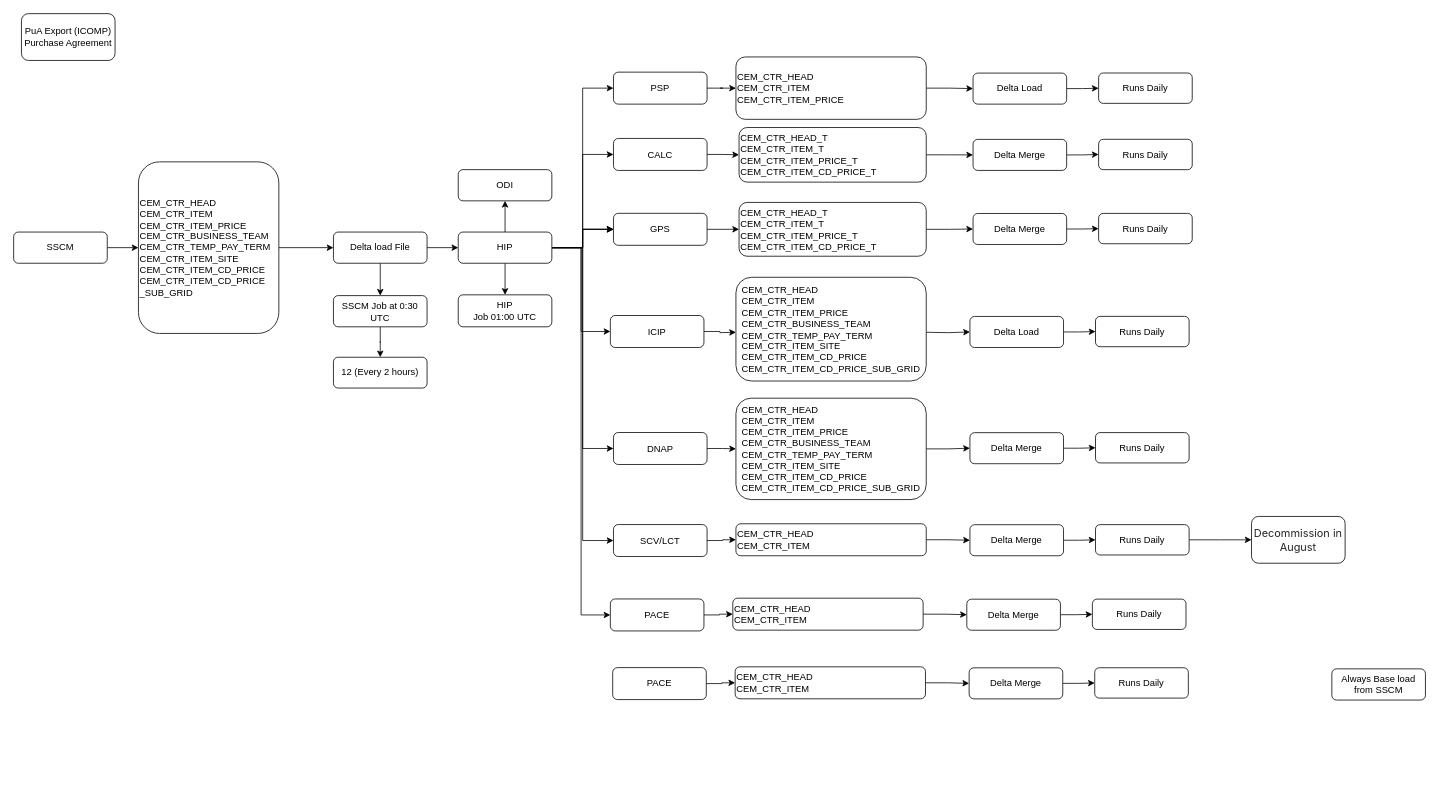
Above: page "PurchaseAgreement" (4 of 6) of quality inspection flow.drawio in nselangovan/powerofdata (draw.io), before the change. Source tidied: cells renumbered, new cells numbered last; positions are measured from the earlier drawing's top-left corner, leaving out a move shared by most shapes. Both pictures are drawn from the tidied source at 78%, with x=0, y=0 at pixel (13, 13).
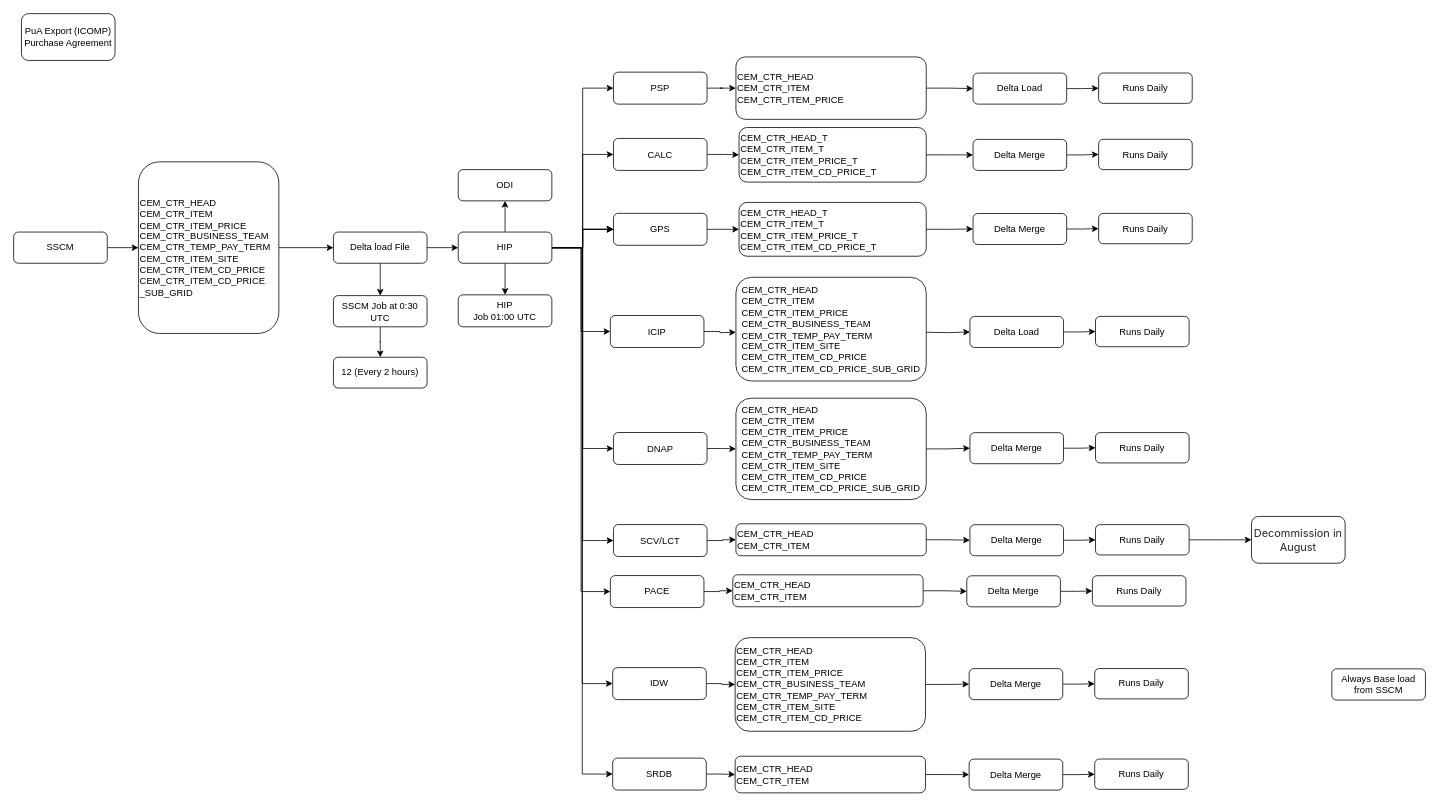
The same page after the edit.

Unchanged cells that the change refers to:
```xml
<mxCell id="21" value="HIP" style="whiteSpace=wrap;html=1;rounded=1;" parent="1" vertex="1">
  <mxGeometry x="570" y="280" width="120" height="40" as="geometry" />
</mxCell>
```

What changed in the source:
```diff
@@
+    <mxCell id="86" style="edgeStyle=orthogonalEdgeStyle;rounded=0;jettySize=auto;html=1;entryX=0;entryY=0.5;entryDx=0;entryDy=0;" parent="1" edge="1" source="21" target="80">
+      <mxGeometry relative="1" as="geometry" />
+    </mxCell>
+    <mxCell id="87" style="edgeStyle=orthogonalEdgeStyle;rounded=0;jettySize=auto;html=1;entryX=0;entryY=0.5;entryDx=0;entryDy=0;" parent="1" edge="1" source="21" target="89">
+      <mxGeometry relative="1" as="geometry" />
+    </mxCell>
@@
     <mxCell id="73" value="&lt;span&gt;PACE&lt;/span&gt;" style="whiteSpace=wrap;html=1;rounded=1;" parent="1" vertex="1">
-      <mxGeometry x="765" y="750.4" width="120" height="41" as="geometry" />
+      <mxGeometry x="765" y="720.4" width="120" height="41" as="geometry" />
     </mxCell>
@@
     <mxCell id="75" value="&lt;div style=&quot;&quot;&gt;&lt;div&gt;CEM_CTR_HEAD&lt;/div&gt;&lt;div&gt;CEM_CTR_ITEM&lt;/div&gt;&lt;/div&gt;" style="whiteSpace=wrap;html=1;rounded=1;align=left;" parent="1" vertex="1">
-      <mxGeometry x="922" y="749.4" width="244" height="41" as="geometry" />
+      <mxGeometry x="922" y="719.4" width="244" height="41" as="geometry" />
     </mxCell>
@@
     <mxCell id="77" value="Delta Merge" style="whiteSpace=wrap;html=1;rounded=1;" parent="1" vertex="1">
-      <mxGeometry x="1222" y="750.7" width="120" height="39.8" as="geometry" />
+      <mxGeometry x="1222" y="720.7" width="120" height="39.8" as="geometry" />
     </mxCell>
     <mxCell id="78" value="Runs Daily" style="whiteSpace=wrap;html=1;rounded=1;" parent="1" vertex="1">
-      <mxGeometry x="1383" y="750.6" width="120" height="38.9" as="geometry" />
+      <mxGeometry x="1383" y="720.6" width="120" height="38.9" as="geometry" />
     </mxCell>
@@
-    <mxCell id="80" value="&lt;span&gt;PACE&lt;/span&gt;" style="whiteSpace=wrap;html=1;rounded=1;" parent="1" vertex="1">
+    <mxCell id="80" value="&lt;span&gt;IDW&lt;/span&gt;" style="whiteSpace=wrap;html=1;rounded=1;" parent="1" vertex="1">
       <mxGeometry x="768" y="838.4" width="120" height="41" as="geometry" />
     </mxCell>
@@
-    <mxCell id="82" value="&lt;div style=&quot;&quot;&gt;&lt;div&gt;CEM_CTR_HEAD&lt;/div&gt;&lt;div&gt;CEM_CTR_ITEM&lt;/div&gt;&lt;/div&gt;" style="whiteSpace=wrap;html=1;rounded=1;align=left;" parent="1" vertex="1">
-      <mxGeometry x="925" y="837.4" width="244" height="41" as="geometry" />
+    <mxCell id="82" value="&lt;div style=&quot;&quot;&gt;&lt;div&gt;CEM_CTR_HEAD&lt;/div&gt;&lt;div&gt;CEM_CTR_ITEM&lt;/div&gt;&lt;div&gt;CEM_CTR_ITEM_PRICE&lt;/div&gt;&lt;div&gt;CEM_CTR_BUSINESS_TEAM&lt;/div&gt;&lt;div&gt;CEM_CTR_TEMP_PAY_TERM&lt;/div&gt;&lt;div&gt;CEM_CTR_ITEM_SITE&lt;/div&gt;&lt;div&gt;CEM_CTR_ITEM_CD_PRICE&lt;/div&gt;&lt;/div&gt;" style="whiteSpace=wrap;html=1;rounded=1;align=left;" parent="1" vertex="1">
+      <mxGeometry x="925" y="800" width="244" height="120" as="geometry" />
     </mxCell>
@@
     <mxCell id="84" value="Delta Merge" style="whiteSpace=wrap;html=1;rounded=1;" parent="1" vertex="1">
-      <mxGeometry x="1225" y="838.7" width="120" height="39.8" as="geometry" />
+      <mxGeometry x="1225" y="839.7" width="120" height="39.8" as="geometry" />
     </mxCell>
     <mxCell id="85" value="Runs Daily" style="whiteSpace=wrap;html=1;rounded=1;" parent="1" vertex="1">
-      <mxGeometry x="1386" y="838.6" width="120" height="38.9" as="geometry" />
+      <mxGeometry x="1386" y="839.6" width="120" height="38.9" as="geometry" />
     </mxCell>
+    <mxCell id="88" style="edgeStyle=orthogonalEdgeStyle;rounded=0;jettySize=auto;html=1;" parent="1" edge="1" source="89" target="91">
+      <mxGeometry relative="1" as="geometry" />
+    </mxCell>
+    <mxCell id="89" value="&lt;span&gt;SRDB&lt;/span&gt;" style="whiteSpace=wrap;html=1;rounded=1;" parent="1" vertex="1">
+      <mxGeometry x="768" y="954.4" width="120" height="41" as="geometry" />
+    </mxCell>
+    <mxCell id="90" style="edgeStyle=orthogonalEdgeStyle;rounded=0;jettySize=auto;html=1;" parent="1" edge="1" source="91" target="93">
+      <mxGeometry relative="1" as="geometry" />
+    </mxCell>
+    <mxCell id="91" value="&lt;div style=&quot;&quot;&gt;&lt;div&gt;CEM_CTR_HEAD&lt;/div&gt;&lt;div&gt;CEM_CTR_ITEM&lt;/div&gt;&lt;/div&gt;" style="whiteSpace=wrap;html=1;rounded=1;align=left;" parent="1" vertex="1">
+      <mxGeometry x="925" y="952" width="244" height="47" as="geometry" />
+    </mxCell>
+    <mxCell id="92" style="edgeStyle=orthogonalEdgeStyle;rounded=0;jettySize=auto;html=1;" parent="1" edge="1" source="93" target="94">
+      <mxGeometry relative="1" as="geometry" />
+    </mxCell>
+    <mxCell id="93" value="Delta Merge" style="whiteSpace=wrap;html=1;rounded=1;" parent="1" vertex="1">
+      <mxGeometry x="1225" y="955.7" width="120" height="39.8" as="geometry" />
+    </mxCell>
+    <mxCell id="94" value="Runs Daily" style="whiteSpace=wrap;html=1;rounded=1;" parent="1" vertex="1">
+      <mxGeometry x="1386" y="955.6" width="120" height="38.9" as="geometry" />
+    </mxCell>
```
